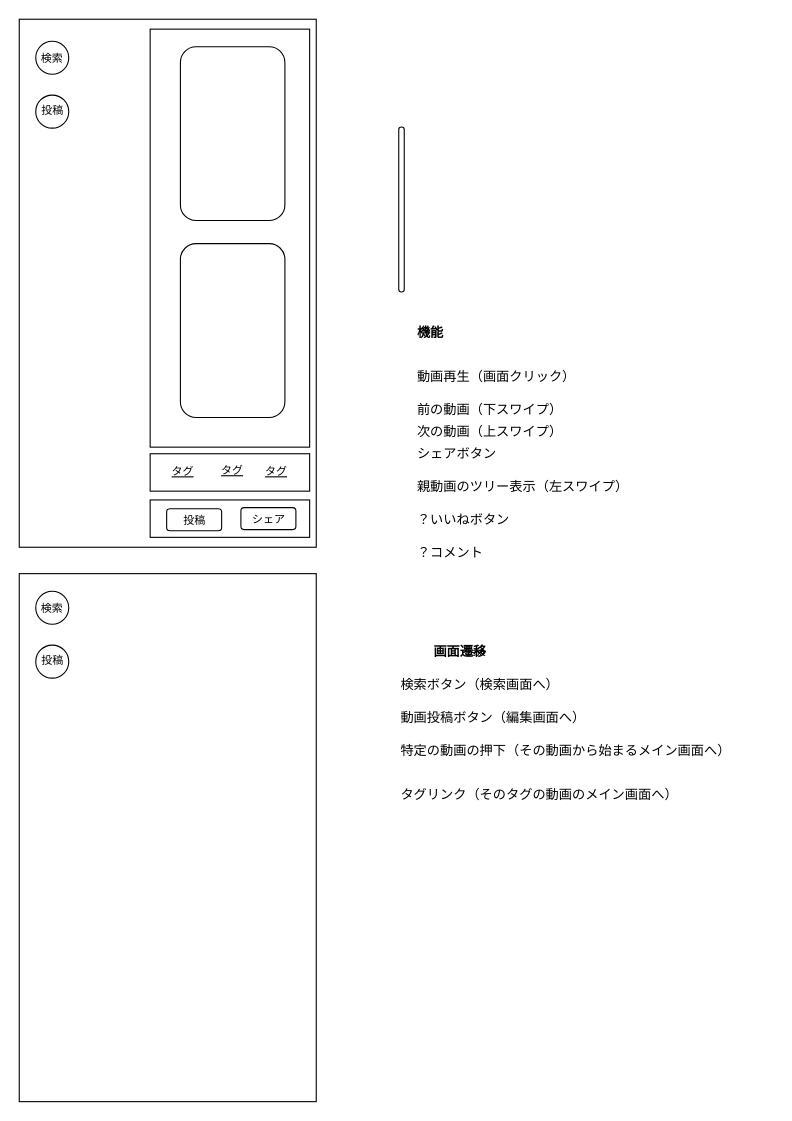
This is 設計/main.dio from reitosu/ano_video_post, a draw.io file, before an edit. Source tidied: cells renumbered, new cells numbered last; positions are measured from the earlier drawing's top-left corner, leaving out a move shared by most shapes. Both pictures are drawn from the tidied source at 110%, with x=0, y=0 at pixel (19, 19). Pictures stored in the file or linked from it are replaced by grey dashed boxes.
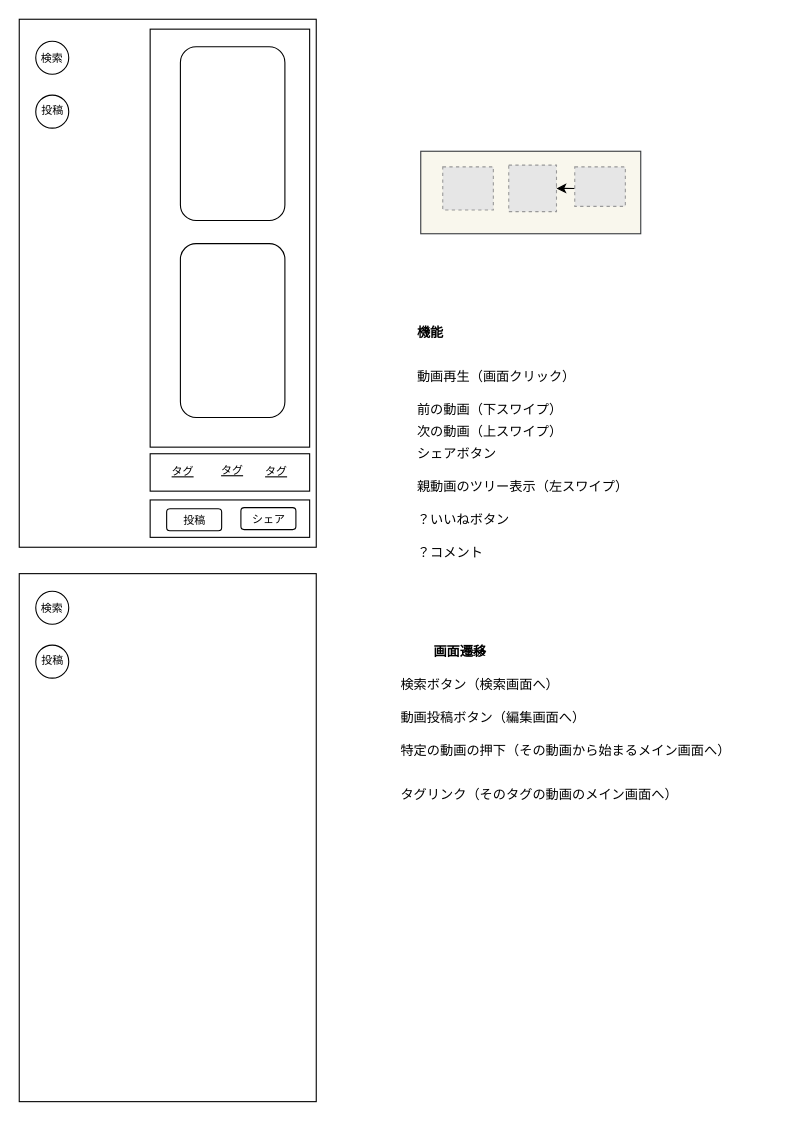
The same page after the edit.

What changed in the source:
```diff
@@
+    <mxCell id="39" style="rounded=0;whiteSpace=wrap;html=1;strokeColor=#36393d;fontFamily=Helvetica;fontSize=10;fillColor=#f9f7ed;" parent="1" vertex="1">
+      <mxGeometry x="365" y="120" width="200" height="75" as="geometry" />
+    </mxCell>
@@
-    <mxCell id="18" style="rounded=1;whiteSpace=wrap;html=1;strokeColor=default;fontFamily=Helvetica;fontSize=22;fontColor=default;fillColor=default;arcSize=50;" parent="1" vertex="1">
-      <mxGeometry x="345" y="98" width="5" height="150" as="geometry" />
-    </mxCell>
@@
+    <mxCell id="40" style="edgeStyle=none;html=1;fontFamily=Helvetica;fontSize=10;fontColor=default;startArrow=none;" parent="1" edge="1" source="43">
+      <mxGeometry relative="1" as="geometry">
+        <mxPoint x="475" y="153.4" as="targetPoint" />
+      </mxGeometry>
+    </mxCell>
+    <mxCell id="41" style="fillColor=#E6E6E6;strokeColor=#999999;dashed=1;verticalLabelPosition=bottom;labelBackgroundColor=default;verticalAlign=top;" parent="1" vertex="1">
+      <mxGeometry x="385" y="134.2" width="46" height="39.2" as="geometry" />
+    </mxCell>
+    <mxCell id="42" style="edgeStyle=none;html=1;fontFamily=Helvetica;fontSize=10;fontColor=default;endArrow=none;" parent="1" edge="1" target="43">
+      <mxGeometry relative="1" as="geometry">
+        <mxPoint x="455.8" y="152.9" as="sourcePoint" />
+      </mxGeometry>
+    </mxCell>
+    <mxCell id="43" style="fillColor=#E6E6E6;strokeColor=#999999;dashed=1;verticalLabelPosition=bottom;labelBackgroundColor=default;verticalAlign=top;" parent="1" vertex="1">
+      <mxGeometry x="445" y="132.6" width="43.4" height="42.3" as="geometry" />
+    </mxCell>
+    <mxCell id="44" style="edgeStyle=none;html=1;" parent="1" edge="1" target="43">
+      <mxGeometry relative="1" as="geometry">
+        <mxPoint x="505" y="153.8" as="sourcePoint" />
+      </mxGeometry>
+    </mxCell>
+    <mxCell id="45" style="fillColor=#E6E6E6;strokeColor=#999999;dashed=1;verticalLabelPosition=bottom;labelBackgroundColor=default;verticalAlign=top;" parent="1" vertex="1">
+      <mxGeometry x="505" y="134.2" width="46" height="35.9" as="geometry" />
+    </mxCell>
```
